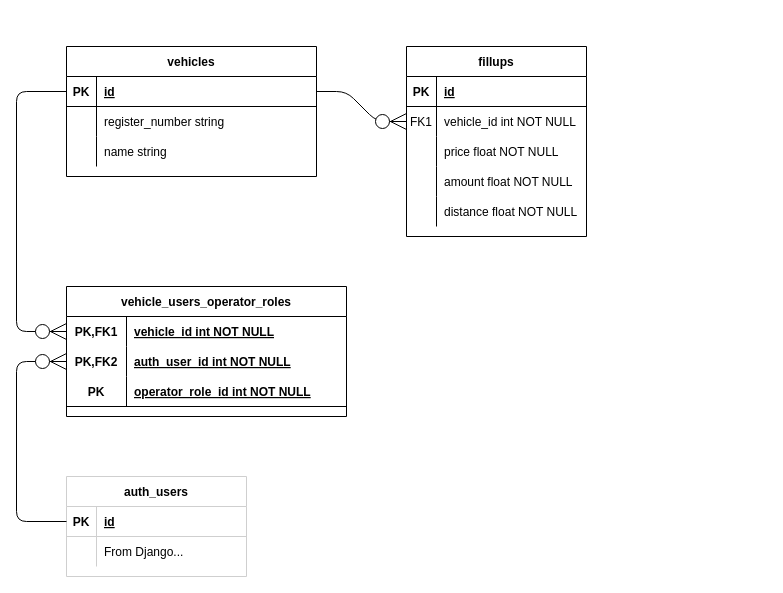
Before: documentation/lopokulu-database-er.drawio in mtijas/lopokulu, a draw.io diagram. Source tidied: cells renumbered, new cells numbered last; positions are measured from the earlier drawing's top-left corner, leaving out a move shared by most shapes. Both pictures are drawn from the tidied source at 100%, with x=0, y=0 at pixel (16, 46).
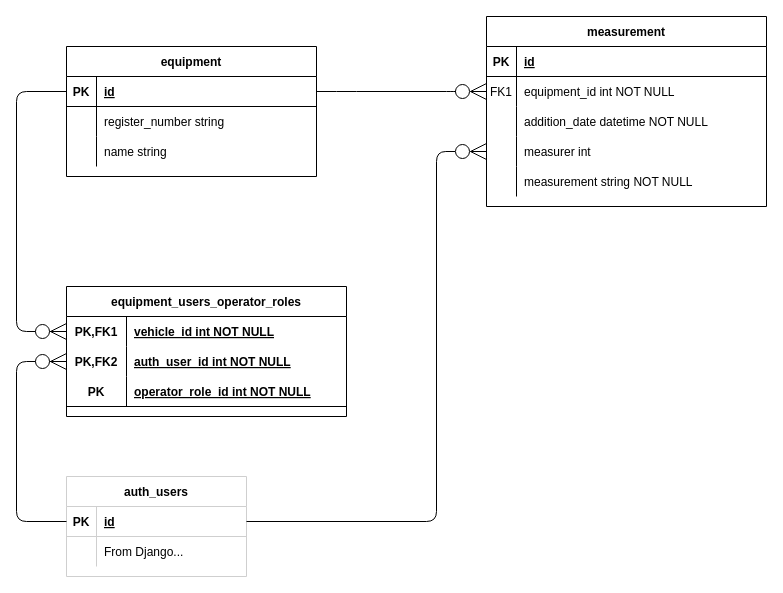
The same diagram, later.

Unchanged cells that the change refers to:
```xml
<mxCell id="3" style="shape=partialRectangle;fillColor=none;top=0;left=0;bottom=1;right=0;points=[[0,0.5],[1,0.5]];portConstraint=eastwest;" parent="2" vertex="1">
  <mxGeometry y="30" width="250" height="30" as="geometry" />
</mxCell>
<mxCell id="29" style="shape=partialRectangle;fillColor=none;top=0;left=0;bottom=1;right=0;points=[[0,0.5],[1,0.5]];portConstraint=eastwest;strokeColor=#CFCFCF;" parent="28" vertex="1">
  <mxGeometry y="30" width="180" height="30" as="geometry" />
</mxCell>
```

Diff of the diagram source:
```diff
@@
-    <mxCell id="2" value="vehicles" style="shape=table;startSize=30;childLayout=tableLayout;rowLines=0;fontStyle=1;align=center;hachureGap=4;" parent="1" vertex="1">
+    <mxCell id="2" value="equipment" style="shape=table;startSize=30;childLayout=tableLayout;rowLines=0;fontStyle=1;align=center;hachureGap=4;" parent="1" vertex="1">
       <mxGeometry x="50" width="250" height="130" as="geometry" />
     </mxCell>
@@
-    <mxCell id="12" value="fillups" style="shape=table;startSize=30;childLayout=tableLayout;rowLines=0;fontStyle=1;align=center;hachureGap=4;" parent="1" vertex="1">
-      <mxGeometry x="390" width="180" height="190" as="geometry" />
-    </mxCell>
-    <mxCell id="13" style="shape=partialRectangle;fillColor=none;top=0;left=0;bottom=1;right=0;" parent="12" vertex="1">
-      <mxGeometry y="30" width="180" height="30" as="geometry" />
-    </mxCell>
-    <mxCell id="14" value="PK" style="shape=partialRectangle;fillColor=none;top=0;left=0;bottom=0;right=0;fontStyle=1;overflow=hidden;" parent="13" vertex="1">
-      <mxGeometry width="30" height="30" as="geometry" />
-    </mxCell>
-    <mxCell id="15" value="id" style="shape=partialRectangle;fillColor=none;top=0;left=0;bottom=0;right=0;align=left;spacingLeft=6;fontStyle=5;overflow=hidden;" parent="13" vertex="1">
-      <mxGeometry x="30" width="150" height="30" as="geometry" />
-    </mxCell>
-    <mxCell id="16" style="shape=partialRectangle;fillColor=none;top=0;left=0;bottom=0;right=0;points=[[0,0.5],[1,0.5]];portConstraint=eastwest;" parent="12" vertex="1">
-      <mxGeometry y="60" width="180" height="30" as="geometry" />
-    </mxCell>
-    <mxCell id="17" value="FK1" style="shape=partialRectangle;fillColor=none;top=0;left=0;bottom=0;right=0;overflow=hidden;" parent="16" vertex="1">
-      <mxGeometry width="30" height="30" as="geometry" />
-    </mxCell>
-    <mxCell id="18" value="vehicle_id int NOT NULL" style="shape=partialRectangle;fillColor=none;top=0;left=0;bottom=0;right=0;align=left;spacingLeft=6;overflow=hidden;" parent="16" vertex="1">
-      <mxGeometry x="30" width="150" height="30" as="geometry" />
-    </mxCell>
-    <mxCell id="19" style="shape=partialRectangle;fillColor=none;top=0;left=0;bottom=0;right=0;" parent="12" vertex="1">
-      <mxGeometry y="90" width="180" height="30" as="geometry" />
-    </mxCell>
-    <mxCell id="20" style="shape=partialRectangle;fillColor=none;top=0;left=0;bottom=0;right=0;overflow=hidden;" parent="19" vertex="1">
-      <mxGeometry width="30" height="30" as="geometry" />
-    </mxCell>
-    <mxCell id="21" value="price float NOT NULL" style="shape=partialRectangle;fillColor=none;top=0;left=0;bottom=0;right=0;align=left;spacingLeft=6;overflow=hidden;" parent="19" vertex="1">
-      <mxGeometry x="30" width="150" height="30" as="geometry" />
-    </mxCell>
-    <mxCell id="22" style="shape=partialRectangle;fillColor=none;top=0;left=0;bottom=0;right=0;" parent="12" vertex="1">
-      <mxGeometry y="120" width="180" height="30" as="geometry" />
-    </mxCell>
-    <mxCell id="23" style="shape=partialRectangle;fillColor=none;top=0;left=0;bottom=0;right=0;overflow=hidden;" parent="22" vertex="1">
-      <mxGeometry width="30" height="30" as="geometry" />
-    </mxCell>
-    <mxCell id="24" value="amount float NOT NULL" style="shape=partialRectangle;fillColor=none;top=0;left=0;bottom=0;right=0;align=left;spacingLeft=6;overflow=hidden;" parent="22" vertex="1">
-      <mxGeometry x="30" width="150" height="30" as="geometry" />
-    </mxCell>
-    <mxCell id="25" style="shape=partialRectangle;fillColor=none;top=0;left=0;bottom=0;right=0;" parent="12" vertex="1">
-      <mxGeometry y="150" width="180" height="30" as="geometry" />
-    </mxCell>
-    <mxCell id="26" style="shape=partialRectangle;fillColor=none;top=0;left=0;bottom=0;right=0;overflow=hidden;" parent="25" vertex="1">
-      <mxGeometry width="30" height="30" as="geometry" />
-    </mxCell>
-    <mxCell id="27" value="distance float NOT NULL" style="shape=partialRectangle;fillColor=none;top=0;left=0;bottom=0;right=0;align=left;spacingLeft=6;overflow=hidden;" parent="25" vertex="1">
-      <mxGeometry x="30" width="150" height="30" as="geometry" />
-    </mxCell>
@@
-    <mxCell id="35" style="edgeStyle=entityRelationEdgeStyle;fontSize=12;html=1;endArrow=ERzeroToMany;endFill=1;startSize=14;endSize=14;sourcePerimeterSpacing=8;targetPerimeterSpacing=8;fontFamily=Helvetica;fontColor=#000000;align=center;strokeColor=#000000;exitX=1;exitY=0.5;exitDx=0;exitDy=0;entryX=0;entryY=0.5;entryDx=0;entryDy=0;" parent="1" edge="1" source="3" target="16">
-      <mxGeometry relative="1" as="geometry" />
-    </mxCell>
-    <mxCell id="36" value="vehicle_users_operator_roles" style="shape=table;startSize=30;childLayout=tableLayout;rowLines=0;fontStyle=1;align=center;hachureGap=4;strokeColor=#000000;" parent="1" vertex="1">
+    <mxCell id="36" value="equipment_users_operator_roles" style="shape=table;startSize=30;childLayout=tableLayout;rowLines=0;fontStyle=1;align=center;hachureGap=4;strokeColor=#000000;" parent="1" vertex="1">
       <mxGeometry x="50" y="240" width="280" height="130" as="geometry" />
     </mxCell>
@@
+    <mxCell id="48" value="measurement" style="shape=table;startSize=30;childLayout=tableLayout;rowLines=0;fontStyle=1;align=center;hachureGap=4;" parent="1" vertex="1">
+      <mxGeometry x="470" y="-30" width="280" height="190" as="geometry" />
+    </mxCell>
+    <mxCell id="49" style="shape=partialRectangle;fillColor=none;top=0;left=0;bottom=1;right=0;" parent="48" vertex="1">
+      <mxGeometry y="30" width="280" height="30" as="geometry" />
+    </mxCell>
+    <mxCell id="14" value="PK" style="shape=partialRectangle;fillColor=none;top=0;left=0;bottom=0;right=0;fontStyle=1;overflow=hidden;" parent="49" vertex="1">
+      <mxGeometry width="30" height="30" as="geometry" />
+    </mxCell>
+    <mxCell id="15" value="id" style="shape=partialRectangle;fillColor=none;top=0;left=0;bottom=0;right=0;align=left;spacingLeft=6;fontStyle=5;overflow=hidden;" parent="49" vertex="1">
+      <mxGeometry x="30" width="250" height="30" as="geometry" />
+    </mxCell>
+    <mxCell id="50" style="shape=partialRectangle;fillColor=none;top=0;left=0;bottom=0;right=0;points=[[0,0.5],[1,0.5]];portConstraint=eastwest;" parent="48" vertex="1">
+      <mxGeometry y="60" width="280" height="30" as="geometry" />
+    </mxCell>
+    <mxCell id="17" value="FK1" style="shape=partialRectangle;fillColor=none;top=0;left=0;bottom=0;right=0;overflow=hidden;" parent="50" vertex="1">
+      <mxGeometry width="30" height="30" as="geometry" />
+    </mxCell>
+    <mxCell id="51" value="equipment_id int NOT NULL" style="shape=partialRectangle;fillColor=none;top=0;left=0;bottom=0;right=0;align=left;spacingLeft=6;overflow=hidden;" parent="50" vertex="1">
+      <mxGeometry x="30" width="250" height="30" as="geometry" />
+    </mxCell>
+    <mxCell id="52" style="shape=partialRectangle;fillColor=none;top=0;left=0;bottom=0;right=0;" parent="48" vertex="1">
+      <mxGeometry y="90" width="280" height="30" as="geometry" />
+    </mxCell>
+    <mxCell id="53" style="shape=partialRectangle;fillColor=none;top=0;left=0;bottom=0;right=0;overflow=hidden;" parent="52" vertex="1">
+      <mxGeometry width="30" height="30" as="geometry" />
+    </mxCell>
+    <mxCell id="54" value="addition_date datetime NOT NULL" style="shape=partialRectangle;fillColor=none;top=0;left=0;bottom=0;right=0;align=left;spacingLeft=6;overflow=hidden;" parent="52" vertex="1">
+      <mxGeometry x="30" width="250" height="30" as="geometry" />
+    </mxCell>
+    <mxCell id="55" style="shape=partialRectangle;fillColor=none;top=0;left=0;bottom=0;right=0;points=[[0,0.5],[1,0.5]];portConstraint=eastwest;" parent="48" vertex="1">
+      <mxGeometry y="120" width="280" height="30" as="geometry" />
+    </mxCell>
+    <mxCell id="56" value="   " style="shape=partialRectangle;fillColor=none;top=0;left=0;bottom=0;right=0;overflow=hidden;" parent="55" vertex="1">
+      <mxGeometry width="30" height="30" as="geometry" />
+    </mxCell>
+    <mxCell id="57" value="measurer int" style="shape=partialRectangle;fillColor=none;top=0;left=0;bottom=0;right=0;align=left;spacingLeft=6;overflow=hidden;" parent="55" vertex="1">
+      <mxGeometry x="30" width="250" height="30" as="geometry" />
+    </mxCell>
+    <mxCell id="58" style="shape=partialRectangle;fillColor=none;top=0;left=0;bottom=0;right=0;" parent="48" vertex="1">
+      <mxGeometry y="150" width="280" height="30" as="geometry" />
+    </mxCell>
+    <mxCell id="59" style="shape=partialRectangle;fillColor=none;top=0;left=0;bottom=0;right=0;overflow=hidden;" parent="58" vertex="1">
+      <mxGeometry width="30" height="30" as="geometry" />
+    </mxCell>
+    <mxCell id="60" value="measurement string NOT NULL" style="shape=partialRectangle;fillColor=none;top=0;left=0;bottom=0;right=0;align=left;spacingLeft=6;overflow=hidden;" parent="58" vertex="1">
+      <mxGeometry x="30" width="250" height="30" as="geometry" />
+    </mxCell>
+    <mxCell id="61" style="edgeStyle=entityRelationEdgeStyle;html=1;exitX=0;exitY=0.5;exitDx=0;exitDy=0;entryX=1;entryY=0.5;entryDx=0;entryDy=0;endArrow=none;endFill=0;startArrow=ERzeroToMany;startFill=0;endSize=14;startSize=14;" parent="1" edge="1" source="50" target="3">
+      <mxGeometry relative="1" as="geometry" />
+    </mxCell>
+    <mxCell id="62" style="edgeStyle=elbowEdgeStyle;html=1;entryX=1;entryY=0.5;entryDx=0;entryDy=0;exitX=0;exitY=0.5;exitDx=0;exitDy=0;endArrow=none;endFill=0;startArrow=ERzeroToMany;startFill=0;startSize=14;" parent="1" edge="1" source="55" target="29">
+      <mxGeometry relative="1" as="geometry">
+        <Array as="points">
+          <mxPoint x="420" y="290" />
+        </Array>
+      </mxGeometry>
+    </mxCell>
```
